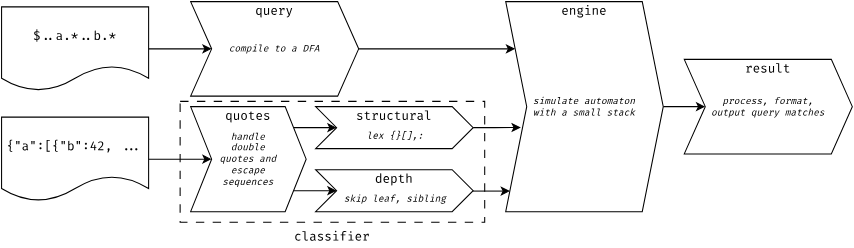
Earlier version of the draw.io export img/rsonpath-simplified-architecture.svg (rsonquery/rsonpath). Source tidied: cells renumbered, new cells last; positions are measured from the earlier drawing's top-left corner, leaving out a move shared by most shapes.
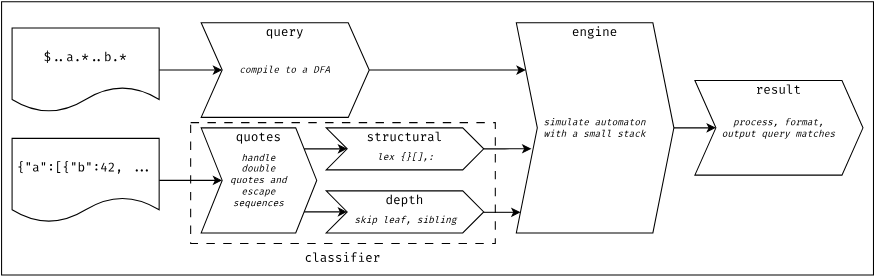
The same file after the commit.

What changed in the source:
```diff
@@ -2,6 +2,9 @@
   <root>
     <mxCell id="0" />
     <mxCell id="1" parent="0" />
+    <mxCell id="25" style="rounded=0;whiteSpace=wrap;html=1;" parent="1" vertex="1">
+      <mxGeometry x="-10" y="-20" width="830" height="260" as="geometry" />
+    </mxCell>
     <mxCell id="2" style="edgeStyle=orthogonalEdgeStyle;rounded=0;jettySize=auto;html=1;fontFamily=Fira Code;fontSource=https%3A%2F%2Ffonts.googleapis.com%2Fcss%3Ffamily%3DFira%2BCode;" parent="1" edge="1" source="3" target="11">
       <mxGeometry relative="1" as="geometry">
         <Array as="points">
```
